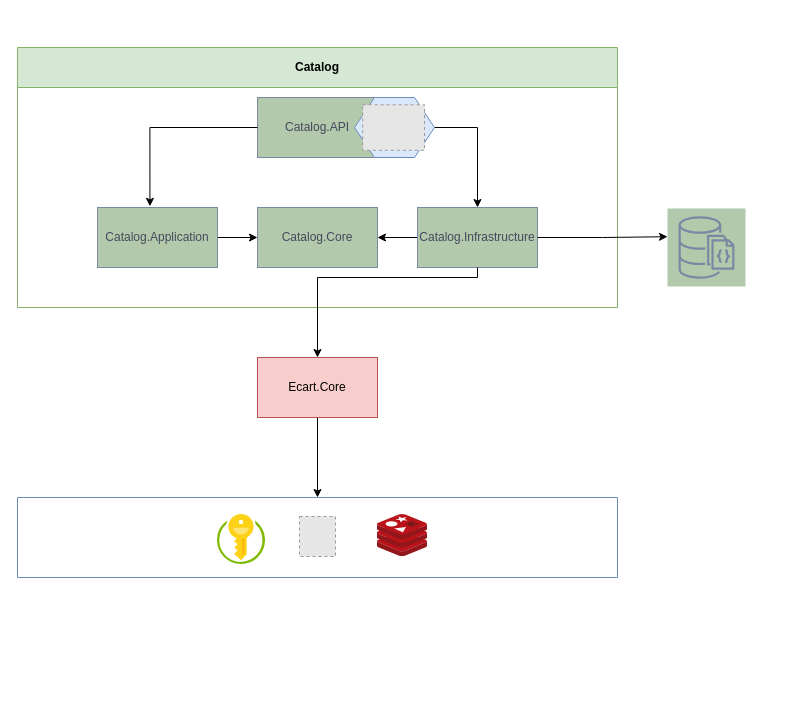
VikashChauhan51/catalog keeps this draw.io diagram as docs/Catalog.drawio. Above is the earlier version. Source tidied: cells renumbered, new cells numbered last; positions are measured from the earlier drawing's top-left corner, leaving out a move shared by most shapes. Both pictures are drawn from the tidied source at 100%, with x=0, y=0 at pixel (17, 47). Pictures stored in the file or linked from it are replaced by grey dashed boxes.
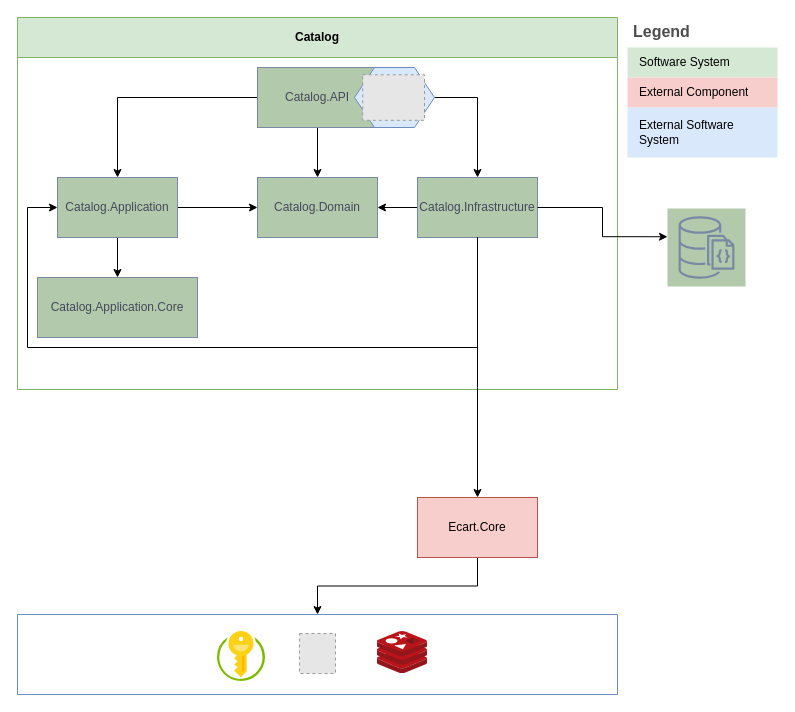
Above is the later version.

The change refers to these unchanged cells:
```xml
<mxCell id="5" value="Catalog.API" style="rounded=0;whiteSpace=wrap;html=1;labelBackgroundColor=none;fillColor=#B2C9AB;strokeColor=#788AA3;fontColor=#46495D;" parent="3" vertex="1">
  <mxGeometry x="240" y="50" width="120" height="60" as="geometry" />
</mxCell>
<mxCell id="10" value="Catalog.Infrastructure" style="rounded=0;whiteSpace=wrap;html=1;labelBackgroundColor=none;fillColor=#B2C9AB;strokeColor=#788AA3;fontColor=#46495D;" parent="3" vertex="1">
  <mxGeometry x="400" y="160" width="120" height="60" as="geometry" />
</mxCell>
```

What changed in the source:
```diff
@@
     <mxCell id="3" value="Catalog" style="swimlane;whiteSpace=wrap;html=1;fillColor=#d5e8d4;strokeColor=#82b366;startSize=40;" parent="1" vertex="1">
-      <mxGeometry width="600" height="260" as="geometry" />
+      <mxGeometry y="-30" width="600" height="372" as="geometry" />
     </mxCell>
@@
+    <mxCell id="22" style="edgeStyle=orthogonalEdgeStyle;rounded=0;jettySize=auto;html=1;" parent="3" edge="1" source="5" target="8">
+      <mxGeometry relative="1" as="geometry" />
+    </mxCell>
+    <mxCell id="11" style="edgeStyle=orthogonalEdgeStyle;rounded=0;jettySize=auto;html=1;entryX=0.5;entryY=0;entryDx=0;entryDy=0;" parent="3" edge="1" source="5" target="7">
+      <mxGeometry relative="1" as="geometry" />
+    </mxCell>
@@
-    <mxCell id="6" style="edgeStyle=orthogonalEdgeStyle;rounded=0;jettySize=auto;html=1;entryX=0;entryY=0.5;entryDx=0;entryDy=0;" parent="3" edge="1" source="7" target="8">
+    <mxCell id="6" style="edgeStyle=orthogonalEdgeStyle;rounded=0;jettySize=auto;html=1;" parent="3" edge="1" source="7" target="8">
       <mxGeometry relative="1" as="geometry" />
     </mxCell>
+    <mxCell id="23" style="edgeStyle=orthogonalEdgeStyle;rounded=0;jettySize=auto;html=1;" parent="3" edge="1" source="7" target="24">
+      <mxGeometry relative="1" as="geometry" />
+    </mxCell>
     <mxCell id="7" value="Catalog.Application" style="rounded=0;whiteSpace=wrap;html=1;labelBackgroundColor=none;fillColor=#B2C9AB;strokeColor=#788AA3;fontColor=#46495D;" parent="3" vertex="1">
-      <mxGeometry x="80" y="160" width="120" height="60" as="geometry" />
+      <mxGeometry x="40" y="160" width="120" height="60" as="geometry" />
     </mxCell>
-    <mxCell id="8" value="Catalog.Core" style="rounded=0;whiteSpace=wrap;html=1;labelBackgroundColor=none;fillColor=#B2C9AB;strokeColor=#788AA3;fontColor=#46495D;" parent="3" vertex="1">
+    <mxCell id="8" value="Catalog.Domain" style="rounded=0;whiteSpace=wrap;html=1;labelBackgroundColor=none;fillColor=#B2C9AB;strokeColor=#788AA3;fontColor=#46495D;" parent="3" vertex="1">
       <mxGeometry x="240" y="160" width="120" height="60" as="geometry" />
     </mxCell>
@@
-    <mxCell id="11" style="edgeStyle=orthogonalEdgeStyle;rounded=0;jettySize=auto;html=1;entryX=0.437;entryY=-0.02;entryDx=0;entryDy=0;entryPerimeter=0;" parent="3" edge="1" source="5" target="7">
-      <mxGeometry relative="1" as="geometry" />
-    </mxCell>
@@
+    <mxCell id="24" value="Catalog.Application.Core" style="rounded=0;whiteSpace=wrap;html=1;labelBackgroundColor=none;fillColor=#B2C9AB;strokeColor=#788AA3;fontColor=#46495D;" parent="3" vertex="1">
+      <mxGeometry x="20" y="260" width="160" height="60" as="geometry" />
+    </mxCell>
+    <mxCell id="25" style="edgeStyle=orthogonalEdgeStyle;rounded=0;jettySize=auto;html=1;entryX=0;entryY=0.5;entryDx=0;entryDy=0;" parent="3" edge="1" source="10" target="7">
+      <mxGeometry relative="1" as="geometry">
+        <Array as="points">
+          <mxPoint x="460" y="330" />
+          <mxPoint x="10" y="330" />
+          <mxPoint x="10" y="190" />
+        </Array>
+      </mxGeometry>
+    </mxCell>
@@
     <mxCell id="15" value="Ecart.Core" style="rounded=0;whiteSpace=wrap;html=1;labelBackgroundColor=none;fillColor=#f8cecc;strokeColor=#b85450;" parent="1" vertex="1">
-      <mxGeometry x="240" y="310" width="120" height="60" as="geometry" />
+      <mxGeometry x="400" y="450" width="120" height="60" as="geometry" />
     </mxCell>
     <mxCell id="16" style="edgeStyle=orthogonalEdgeStyle;rounded=0;jettySize=auto;html=1;" parent="1" edge="1" source="10" target="15">
       <mxGeometry relative="1" as="geometry">
         <Array as="points">
-          <mxPoint x="460" y="230" />
-          <mxPoint x="300" y="230" />
+          <mxPoint x="460" y="340" />
+          <mxPoint x="460" y="340" />
         </Array>
       </mxGeometry>
     </mxCell>
@@
     <mxCell id="18" style="swimlane;startSize=0;fillColor=#dae8fc;strokeColor=#6c8ebf;" parent="1" vertex="1">
-      <mxGeometry y="450" width="600" height="80" as="geometry" />
+      <mxGeometry y="567" width="600" height="80" as="geometry" />
     </mxCell>
@@
+    <mxCell id="26" value="Legend" style="shape=table;startSize=30;childLayout=tableLayout;fontSize=16;align=left;verticalAlign=top;fillColor=none;strokeColor=none;fontColor=#4D4D4D;fontStyle=1;spacingLeft=6;spacing=0;" parent="1" vertex="1">
+      <mxGeometry x="610" y="-30" width="150" height="140" as="geometry" />
+    </mxCell>
+    <mxCell id="27" style="shape=tableRow;horizontal=0;startSize=0;swimlaneHead=0;swimlaneBody=0;strokeColor=inherit;top=0;left=0;bottom=0;right=0;fillColor=none;fontSize=12;" parent="26" vertex="1">
+      <mxGeometry y="30" width="150" height="30" as="geometry" />
+    </mxCell>
+    <mxCell id="28" value="Software System" style="shape=partialRectangle;html=1;whiteSpace=wrap;strokeColor=#82b366;overflow=hidden;fillColor=#d5e8d4;top=0;left=0;bottom=0;right=0;fontSize=12;align=left;spacingLeft=10;spacingRight=4;" parent="27" vertex="1">
+      <mxGeometry width="150" height="30" as="geometry" />
+    </mxCell>
+    <mxCell id="29" style="shape=tableRow;horizontal=0;startSize=0;swimlaneHead=0;swimlaneBody=0;strokeColor=inherit;top=0;left=0;bottom=0;right=0;fillColor=none;fontSize=12;" parent="26" vertex="1">
+      <mxGeometry y="60" width="150" height="30" as="geometry" />
+    </mxCell>
+    <mxCell id="30" value="External Component" style="shape=partialRectangle;html=1;whiteSpace=wrap;strokeColor=#b85450;overflow=hidden;fillColor=#f8cecc;top=0;left=0;bottom=0;right=0;fontSize=12;align=left;spacingLeft=10;spacingRight=4;" parent="29" vertex="1">
+      <mxGeometry width="150" height="30" as="geometry" />
+    </mxCell>
+    <mxCell id="31" style="shape=tableRow;horizontal=0;startSize=0;swimlaneHead=0;swimlaneBody=0;strokeColor=inherit;top=0;left=0;bottom=0;right=0;fillColor=none;fontSize=12;" parent="26" vertex="1">
+      <mxGeometry y="90" width="150" height="50" as="geometry" />
+    </mxCell>
+    <mxCell id="32" value="External Software System" style="shape=partialRectangle;html=1;whiteSpace=wrap;strokeColor=#6c8ebf;overflow=hidden;fillColor=#dae8fc;top=0;left=0;bottom=0;right=0;fontSize=12;align=left;spacingLeft=10;spacingRight=4;" parent="31" vertex="1">
+      <mxGeometry width="150" height="50" as="geometry" />
+    </mxCell>
```
